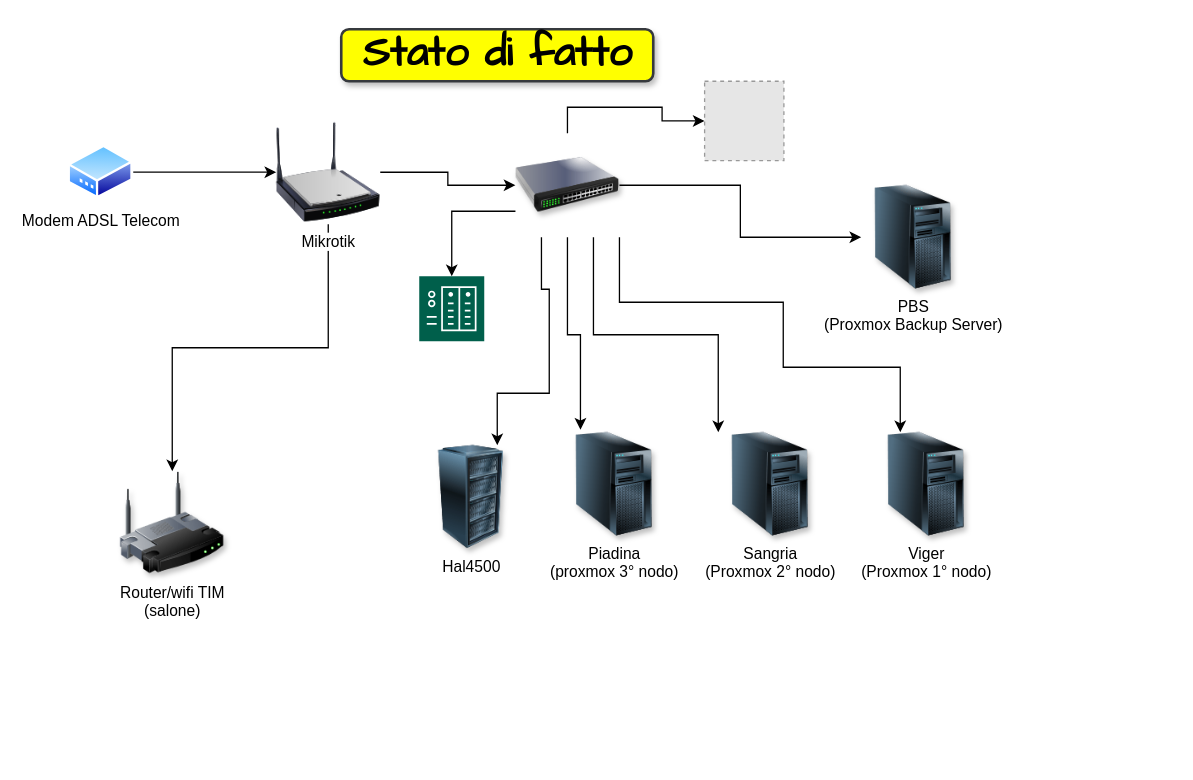
Above: Rete_FabLab.drawio in balepari/Rete_FabLab (draw.io), before the change. Source tidied: cells renumbered, new cells numbered last; positions are measured from the earlier drawing's top-left corner, leaving out a move shared by most shapes. Both pictures are drawn from the tidied source at 130%, with x=0, y=0 at pixel (68, 29). Pictures stored in the file or linked from it are replaced by grey dashed boxes.
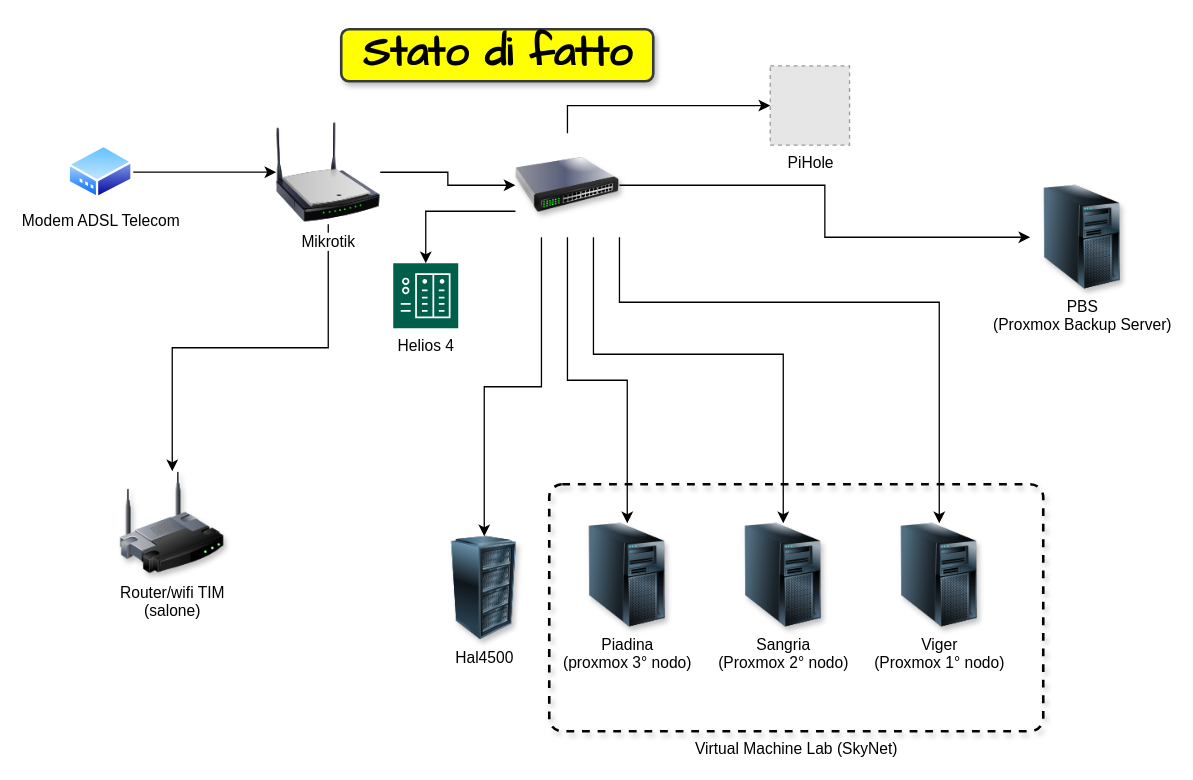
The same diagram, later.

The change refers to these unchanged cells:
```xml
<mxCell id="15" style="image;html=1;image=img/lib/clip_art/networking/Switch_128x128.png;rounded=1;shadow=1;glass=0;sketch=0;fontFamily=Comic Sans MS;fontSize=32;strokeWidth=2;fillColor=#FFFF00;" parent="1" vertex="1">
  <mxGeometry x="344" y="80" width="80" height="80" as="geometry" />
</mxCell>
```

Change to the diagram source:
```diff
@@
+    <mxCell id="24" value="Virtual Machine Lab (SkyNet)" style="html=1;align=center;verticalAlign=top;rounded=1;absoluteArcSize=1;arcSize=20;dashed=1;shadow=1;glass=0;sketch=0;fontFamily=Helvetica;fontSize=12;strokeWidth=2;fillColor=none;flipH=0;flipV=0;labelPosition=center;verticalLabelPosition=bottom;" parent="1" vertex="1">
+      <mxGeometry x="370" y="350" width="380" height="190" as="geometry" />
+    </mxCell>
@@
-    <mxCell id="9" style="edgeStyle=orthogonalEdgeStyle;rounded=0;jettySize=auto;html=1;exitX=0.25;exitY=1;exitDx=0;exitDy=0;entryX=0.75;entryY=0;entryDx=0;entryDy=0;fontFamily=Helvetica;fontSize=12;" parent="1" edge="1" source="15" target="18">
-      <mxGeometry relative="1" as="geometry">
-        <Array as="points">
-          <mxPoint x="364" y="200" />
-          <mxPoint x="370" y="200" />
-          <mxPoint x="370" y="280" />
-          <mxPoint x="330" y="280" />
-        </Array>
-      </mxGeometry>
-    </mxCell>
-    <mxCell id="10" style="edgeStyle=orthogonalEdgeStyle;rounded=0;jettySize=auto;html=1;exitX=0.5;exitY=1;exitDx=0;exitDy=0;entryX=0.175;entryY=-0.025;entryDx=0;entryDy=0;entryPerimeter=0;fontFamily=Helvetica;fontSize=12;" parent="1" edge="1" source="15" target="17">
+    <mxCell id="10" style="edgeStyle=orthogonalEdgeStyle;rounded=0;jettySize=auto;html=1;exitX=0.5;exitY=1;exitDx=0;exitDy=0;entryX=0.5;entryY=0;entryDx=0;entryDy=0;fontFamily=Helvetica;fontSize=12;" parent="1" edge="1" source="15" target="17">
       <mxGeometry relative="1" as="geometry" />
     </mxCell>
@@
-    <mxCell id="13" style="edgeStyle=orthogonalEdgeStyle;rounded=0;jettySize=auto;html=1;exitX=0.75;exitY=1;exitDx=0;exitDy=0;entryX=0;entryY=0;entryDx=0;entryDy=0;fontFamily=Helvetica;fontSize=12;" parent="1" edge="1" source="15" target="22">
-      <mxGeometry relative="1" as="geometry" />
+    <mxCell id="13" style="edgeStyle=orthogonalEdgeStyle;rounded=0;jettySize=auto;html=1;exitX=0.75;exitY=1;exitDx=0;exitDy=0;fontFamily=Helvetica;fontSize=12;" parent="1" edge="1" source="15" target="22">
+      <mxGeometry relative="1" as="geometry">
+        <Array as="points">
+          <mxPoint x="404" y="250" />
+          <mxPoint x="550" y="250" />
+        </Array>
+      </mxGeometry>
     </mxCell>
-    <mxCell id="14" style="edgeStyle=orthogonalEdgeStyle;rounded=0;jettySize=auto;html=1;exitX=1;exitY=1;exitDx=0;exitDy=0;entryX=0.25;entryY=0;entryDx=0;entryDy=0;fontFamily=Helvetica;fontSize=12;" parent="1" edge="1" source="15" target="21">
+    <mxCell id="14" style="edgeStyle=orthogonalEdgeStyle;rounded=0;jettySize=auto;html=1;exitX=1;exitY=1;exitDx=0;exitDy=0;entryX=0.5;entryY=0;entryDx=0;entryDy=0;fontFamily=Helvetica;fontSize=12;" parent="1" edge="1" source="15" target="21">
       <mxGeometry relative="1" as="geometry">
         <Array as="points">
           <mxPoint x="424" y="210" />
-          <mxPoint x="550" y="210" />
-          <mxPoint x="550" y="260" />
-          <mxPoint x="640" y="260" />
+          <mxPoint x="670" y="210" />
         </Array>
       </mxGeometry>
     </mxCell>
+    <mxCell id="9" style="edgeStyle=orthogonalEdgeStyle;rounded=0;jettySize=auto;html=1;exitX=0.25;exitY=1;exitDx=0;exitDy=0;entryX=0.5;entryY=0;entryDx=0;entryDy=0;fontFamily=Helvetica;fontSize=12;" parent="1" edge="1" source="15" target="18">
+      <mxGeometry relative="1" as="geometry" />
+    </mxCell>
@@
     <mxCell id="17" value="Piadina&lt;br&gt;(proxmox 3° nodo)" style="image;html=1;image=img/lib/clip_art/computers/Server_Tower_128x128.png;rounded=1;shadow=1;glass=0;sketch=0;fontFamily=Helvetica;fontSize=12;strokeWidth=2;fillColor=#FFFF00;" parent="1" vertex="1">
-      <mxGeometry x="380" y="310" width="80" height="80" as="geometry" />
+      <mxGeometry x="390" y="380" width="80" height="80" as="geometry" />
     </mxCell>
     <mxCell id="18" value="Hal4500" style="image;html=1;image=img/lib/clip_art/computers/Server_Rack_128x128.png;rounded=1;shadow=1;glass=0;sketch=0;fontFamily=Helvetica;fontSize=12;strokeWidth=2;fillColor=#FFFF00;" parent="1" vertex="1">
-      <mxGeometry x="270" y="320" width="80" height="80" as="geometry" />
+      <mxGeometry x="280" y="390" width="80" height="80" as="geometry" />
     </mxCell>
-    <mxCell id="19" style="fillColor=#E6E6E6;strokeColor=#999999;dashed=1;html=1;verticalAlign=top;verticalLabelPosition=bottom;labelBackgroundColor=#ffffff;fontFamily=Helvetica;fontSize=12;" parent="1" vertex="1">
-      <mxGeometry x="489.5" y="40" width="61" height="61" as="geometry" />
+    <mxCell id="19" value="PiHole" style="fillColor=#E6E6E6;strokeColor=#999999;dashed=1;html=1;verticalAlign=top;verticalLabelPosition=bottom;labelBackgroundColor=#ffffff;fontFamily=Helvetica;fontSize=12;" parent="1" vertex="1">
+      <mxGeometry x="540" y="28.2" width="61" height="61" as="geometry" />
     </mxCell>
-    <mxCell id="20" style="sketch=0;shadow=0;dashed=0;html=1;strokeColor=none;fillColor=#005F4B;labelPosition=center;verticalLabelPosition=bottom;verticalAlign=top;align=center;outlineConnect=0;shape=mxgraph.veeam2.nas;rounded=1;glass=0;fontFamily=Helvetica;fontSize=12;" parent="1" vertex="1">
-      <mxGeometry x="270" y="190" width="50" height="50" as="geometry" />
+    <mxCell id="20" value="Helios 4" style="sketch=0;shadow=0;dashed=0;html=1;strokeColor=none;fillColor=#005F4B;labelPosition=center;verticalLabelPosition=bottom;verticalAlign=top;align=center;outlineConnect=0;shape=mxgraph.veeam2.nas;rounded=1;glass=0;fontFamily=Helvetica;fontSize=12;" parent="1" vertex="1">
+      <mxGeometry x="250" y="180" width="50" height="50" as="geometry" />
     </mxCell>
     <mxCell id="21" value="Viger&lt;br&gt;(Proxmox 1° nodo)" style="image;html=1;image=img/lib/clip_art/computers/Server_Tower_128x128.png;rounded=1;shadow=1;glass=0;sketch=0;fontFamily=Helvetica;fontSize=12;strokeWidth=2;fillColor=#FFFF00;" parent="1" vertex="1">
-      <mxGeometry x="620" y="310" width="80" height="80" as="geometry" />
+      <mxGeometry x="630" y="380" width="80" height="80" as="geometry" />
     </mxCell>
     <mxCell id="22" value="Sangria&lt;br&gt;(Proxmox 2° nodo)" style="image;html=1;image=img/lib/clip_art/computers/Server_Tower_128x128.png;rounded=1;shadow=1;glass=0;sketch=0;fontFamily=Helvetica;fontSize=12;strokeWidth=2;fillColor=#FFFF00;" parent="1" vertex="1">
-      <mxGeometry x="500" y="310" width="80" height="80" as="geometry" />
+      <mxGeometry x="510" y="380" width="80" height="80" as="geometry" />
     </mxCell>
     <mxCell id="23" value="PBS&lt;br&gt;(Proxmox Backup Server)" style="image;html=1;image=img/lib/clip_art/computers/Server_Tower_128x128.png;rounded=1;shadow=1;glass=0;sketch=0;fontFamily=Helvetica;fontSize=12;strokeWidth=2;fillColor=#FFFF00;" parent="1" vertex="1">
-      <mxGeometry x="610" y="120" width="80" height="80" as="geometry" />
+      <mxGeometry x="740" y="120" width="80" height="80" as="geometry" />
     </mxCell>
```
